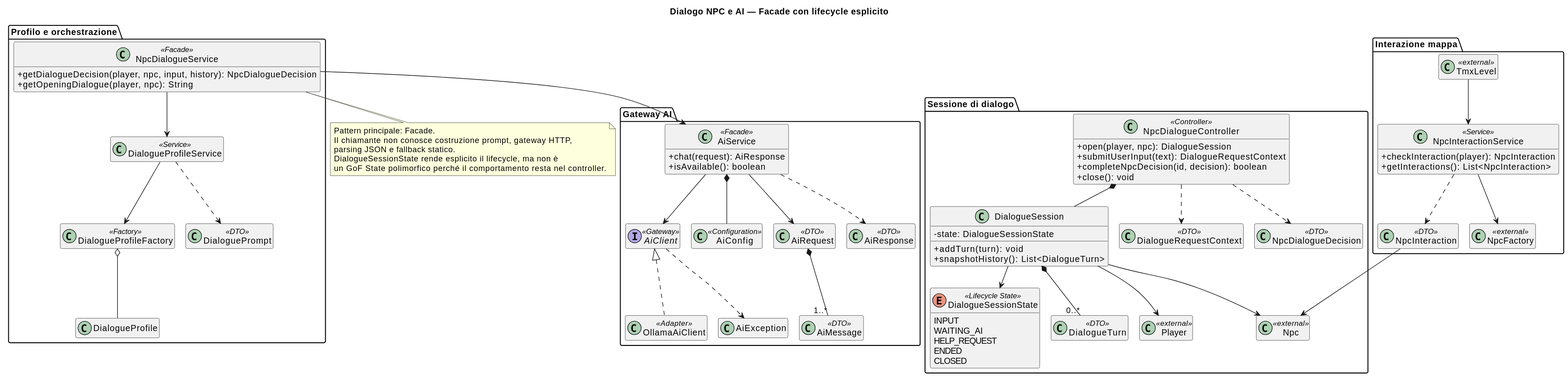
The PlantUML diagram docs/diagrams/systems/05-dialogue-ai.svg in pcodez99/progetto-ISS-2025-2026, before a commit. The source it was exported from:
```plantuml
@startuml
!pragma layout smetana
title Dialogo NPC e AI — Facade con lifecycle esplicito

skinparam classAttributeIconSize 0
hide empty members

package "Interazione mappa" {
  class NpcInteractionService <<Service>> {
    + checkInteraction(player): NpcInteraction
    + getInteractions(): List<NpcInteraction>
  }
  class NpcInteraction <<DTO>>
  class NpcFactory <<external>>
  class TmxLevel <<external>>
}

package "Sessione di dialogo" {
  class NpcDialogueController <<Controller>> {
    + open(player, npc): DialogueSession
    + submitUserInput(text): DialogueRequestContext
    + completeNpcDecision(id, decision): boolean
    + close(): void
  }
  class DialogueSession {
    - state: DialogueSessionState
    + addTurn(turn): void
    + snapshotHistory(): List<DialogueTurn>
  }
  enum DialogueSessionState <<Lifecycle State>> {
    INPUT
    WAITING_AI
    HELP_REQUEST
    ENDED
    CLOSED
  }
  class DialogueTurn <<DTO>>
  class DialogueRequestContext <<DTO>>
  class NpcDialogueDecision <<DTO>>
  class Player <<external>>
  class Npc <<external>>
}

package "Profilo e orchestrazione" {
  class NpcDialogueService <<Facade>> {
    + getDialogueDecision(player, npc, input, history): NpcDialogueDecision
    + getOpeningDialogue(player, npc): String
  }
  class DialogueProfileService <<Service>>
  class DialogueProfileFactory <<Factory>>
  class DialoguePrompt <<DTO>>
  class DialogueProfile
}

package "Gateway AI" {
  class AiService <<Facade>> {
    + chat(request): AiResponse
    + isAvailable(): boolean
  }
  interface AiClient <<Gateway>>
  class OllamaAiClient <<Adapter>>
  class AiConfig <<Configuration>>
  class AiRequest <<DTO>>
  class AiResponse <<DTO>>
  class AiMessage <<DTO>>
  class AiException
}

TmxLevel --> NpcInteractionService
NpcInteractionService --> NpcFactory
NpcInteractionService ..> NpcInteraction
NpcInteraction --> Npc

NpcDialogueController *-- DialogueSession
DialogueSession --> DialogueSessionState
DialogueSession *-- "0..*" DialogueTurn
DialogueSession --> Player
DialogueSession --> Npc
NpcDialogueController ..> DialogueRequestContext
NpcDialogueController ..> NpcDialogueDecision

NpcDialogueService --> DialogueProfileService
DialogueProfileService --> DialogueProfileFactory
DialogueProfileFactory o-- DialogueProfile
DialogueProfileService ..> DialoguePrompt
NpcDialogueService --> AiService

AiService *-- AiConfig
AiService --> AiClient
AiClient <|.. OllamaAiClient
AiService --> AiRequest
AiService ..> AiResponse
AiRequest *-- "1..*" AiMessage
AiClient ..> AiException

note bottom of NpcDialogueService
Pattern principale: Facade.
Il chiamante non conosce costruzione prompt, gateway HTTP,
parsing JSON e fallback statico.
DialogueSessionState rende esplicito il lifecycle, ma non è
un GoF State polimorfico perché il comportamento resta nel controller.
end note
@enduml
```
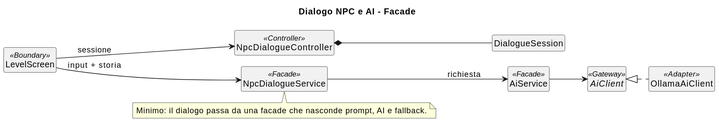
The same file after the commit.

The edit, as a diff of the source:
```diff
@@ -1,103 +1,28 @@
 @startuml
 !pragma layout smetana
-title Dialogo NPC e AI — Facade con lifecycle esplicito
+title Dialogo NPC e AI - Facade
 
+left to right direction
 skinparam classAttributeIconSize 0
 hide empty members
+hide circle
 
-package "Interazione mappa" {
-  class NpcInteractionService <<Service>> {
-    + checkInteraction(player): NpcInteraction
-    + getInteractions(): List<NpcInteraction>
-  }
-  class NpcInteraction <<DTO>>
-  class NpcFactory <<external>>
-  class TmxLevel <<external>>
-}
+class LevelScreen <<Boundary>>
+class NpcDialogueController <<Controller>>
+class DialogueSession
+class NpcDialogueService <<Facade>>
+class AiService <<Facade>>
+interface AiClient <<Gateway>>
+class OllamaAiClient <<Adapter>>
 
-package "Sessione di dialogo" {
-  class NpcDialogueController <<Controller>> {
-    + open(player, npc): DialogueSession
-    + submitUserInput(text): DialogueRequestContext
-    + completeNpcDecision(id, decision): boolean
-    + close(): void
-  }
-  class DialogueSession {
-    - state: DialogueSessionState
-    + addTurn(turn): void
-    + snapshotHistory(): List<DialogueTurn>
-  }
-  enum DialogueSessionState <<Lifecycle State>> {
-    INPUT
-    WAITING_AI
-    HELP_REQUEST
-    ENDED
-    CLOSED
-  }
-  class DialogueTurn <<DTO>>
-  class DialogueRequestContext <<DTO>>
-  class NpcDialogueDecision <<DTO>>
-  class Player <<external>>
-  class Npc <<external>>
-}
-
-package "Profilo e orchestrazione" {
-  class NpcDialogueService <<Facade>> {
-    + getDialogueDecision(player, npc, input, history): NpcDialogueDecision
-    + getOpeningDialogue(player, npc): String
-  }
-  class DialogueProfileService <<Service>>
-  class DialogueProfileFactory <<Factory>>
-  class DialoguePrompt <<DTO>>
-  class DialogueProfile
-}
-
-package "Gateway AI" {
-  class AiService <<Facade>> {
-    + chat(request): AiResponse
-    + isAvailable(): boolean
-  }
-  interface AiClient <<Gateway>>
-  class OllamaAiClient <<Adapter>>
-  class AiConfig <<Configuration>>
-  class AiRequest <<DTO>>
-  class AiResponse <<DTO>>
-  class AiMessage <<DTO>>
-  class AiException
-}
-
-TmxLevel --> NpcInteractionService
-NpcInteractionService --> NpcFactory
-NpcInteractionService ..> NpcInteraction
-NpcInteraction --> Npc
-
+LevelScreen --> NpcDialogueController : sessione
 NpcDialogueController *-- DialogueSession
-DialogueSession --> DialogueSessionState
-DialogueSession *-- "0..*" DialogueTurn
-DialogueSession --> Player
-DialogueSession --> Npc
-NpcDialogueController ..> DialogueRequestContext
-NpcDialogueController ..> NpcDialogueDecision
-
-NpcDialogueService --> DialogueProfileService
-DialogueProfileService --> DialogueProfileFactory
-DialogueProfileFactory o-- DialogueProfile
-DialogueProfileService ..> DialoguePrompt
-NpcDialogueService --> AiService
-
-AiService *-- AiConfig
+LevelScreen --> NpcDialogueService : input + storia
+NpcDialogueService --> AiService : richiesta
 AiService --> AiClient
 AiClient <|.. OllamaAiClient
-AiService --> AiRequest
-AiService ..> AiResponse
-AiRequest *-- "1..*" AiMessage
-AiClient ..> AiException
 
 note bottom of NpcDialogueService
-Pattern principale: Facade.
-Il chiamante non conosce costruzione prompt, gateway HTTP,
-parsing JSON e fallback statico.
-DialogueSessionState rende esplicito il lifecycle, ma non è
-un GoF State polimorfico perché il comportamento resta nel controller.
+Minimo: il dialogo passa da una facade che nasconde prompt, AI e fallback.
 end note
 @enduml
```
